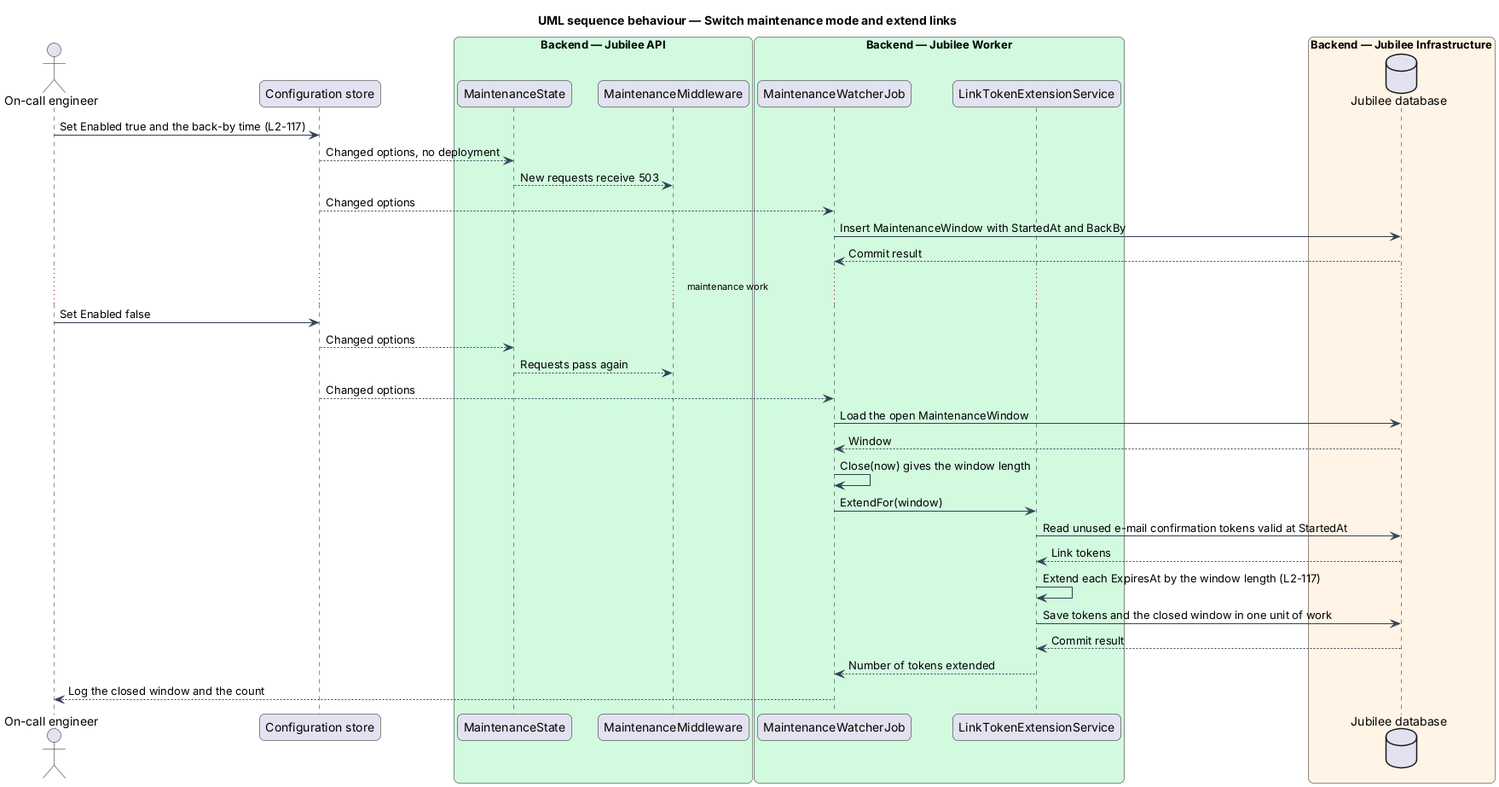
QuinntyneBrown/jubilee keeps this PlantUML diagram as docs/detailed-designs/system-pages/run-maintenance-mode/diagrams/sequence-switch-and-extend-links.png. Above is the earlier version. Source of this version:
```plantuml
@startuml
title UML sequence behaviour — Switch maintenance mode and extend links
skinparam backgroundColor #FFFFFF
skinparam shadowing false
skinparam roundcorner 12
skinparam defaultFontName Arial
skinparam ArrowColor #344054
skinparam rectangle {
  BorderColor #344054
  FontColor #101828
}
skinparam package {
  BorderColor #667085
  FontColor #101828
  BackgroundColor #F9FAFB
}
actor "On-call engineer" as actor
participant "Configuration store" as config
box "Backend — Jubilee API" #D1FADF
  participant "MaintenanceState" as state
  participant "MaintenanceMiddleware" as mw
end box
box "Backend — Jubilee Worker" #D1FADF
  participant "MaintenanceWatcherJob" as watcher
  participant "LinkTokenExtensionService" as ext
end box
box "Backend — Jubilee Infrastructure" #FFF4E5
  database "Jubilee database" as db
end box
actor -> config : Set Enabled true and the back-by time (L2-117)
config --> state : Changed options, no deployment
state --> mw : New requests receive 503
config --> watcher : Changed options
watcher -> db : Insert MaintenanceWindow with StartedAt and BackBy
db --> watcher : Commit result
... maintenance work ...
actor -> config : Set Enabled false
config --> state : Changed options
state --> mw : Requests pass again
config --> watcher : Changed options
watcher -> db : Load the open MaintenanceWindow
db --> watcher : Window
watcher -> watcher : Close(now) gives the window length
watcher -> ext : ExtendFor(window)
ext -> db : Read unused e-mail confirmation tokens valid at StartedAt
db --> ext : Link tokens
ext -> ext : Extend each ExpiresAt by the window length (L2-117)
ext -> db : Save tokens and the closed window in one unit of work
db --> ext : Commit result
ext --> watcher : Number of tokens extended
watcher --> actor : Log the closed window and the count
@enduml
```
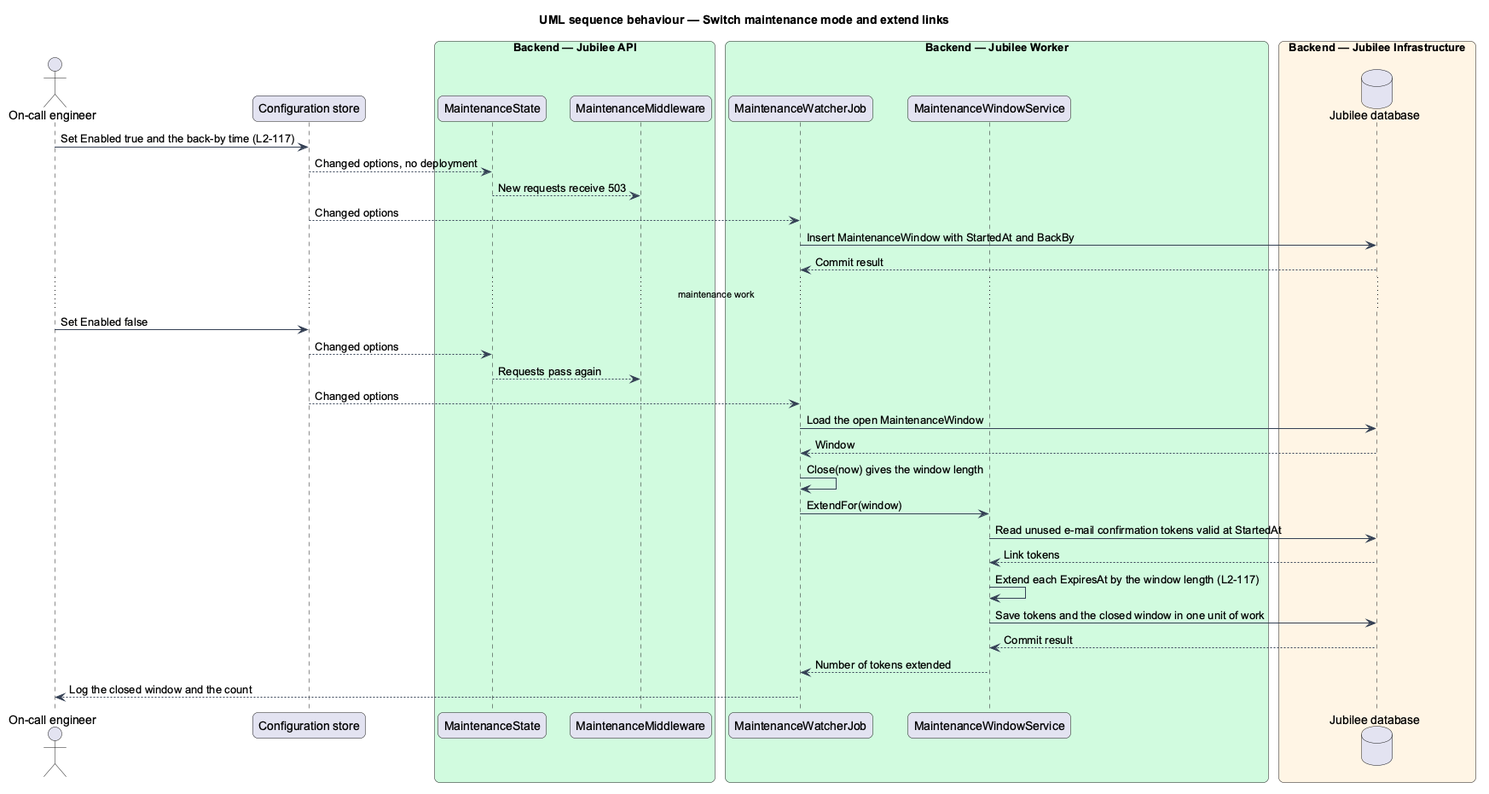
The same diagram one commit later.

Change to the diagram source:
```diff
@@ -22,7 +22,7 @@
 end box
 box "Backend — Jubilee Worker" #D1FADF
   participant "MaintenanceWatcherJob" as watcher
-  participant "LinkTokenExtensionService" as ext
+  participant "MaintenanceWindowService" as ext
 end box
 box "Backend — Jubilee Infrastructure" #FFF4E5
   database "Jubilee database" as db
```
